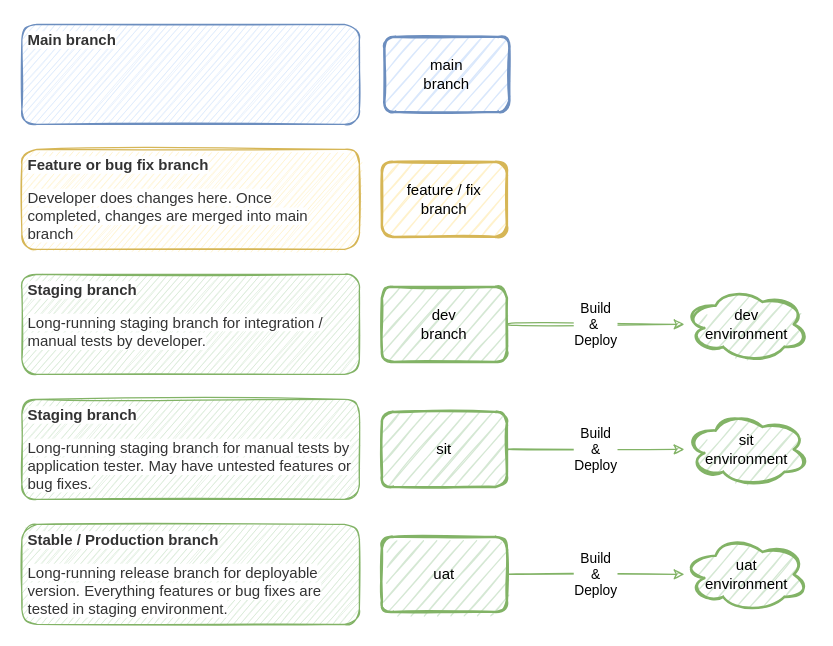
The draw.io diagram page "01-Branches" (1 of 7) of gitlab-flow.drawio in andylke/docs-gitlab-flow, before the edit. Source tidied: cells renumbered, new cells numbered last; positions are measured from the earlier drawing's top-left corner, leaving out a move shared by most shapes. Both pictures are drawn from the tidied source at 125%, with x=0, y=0 at pixel (21, 24).
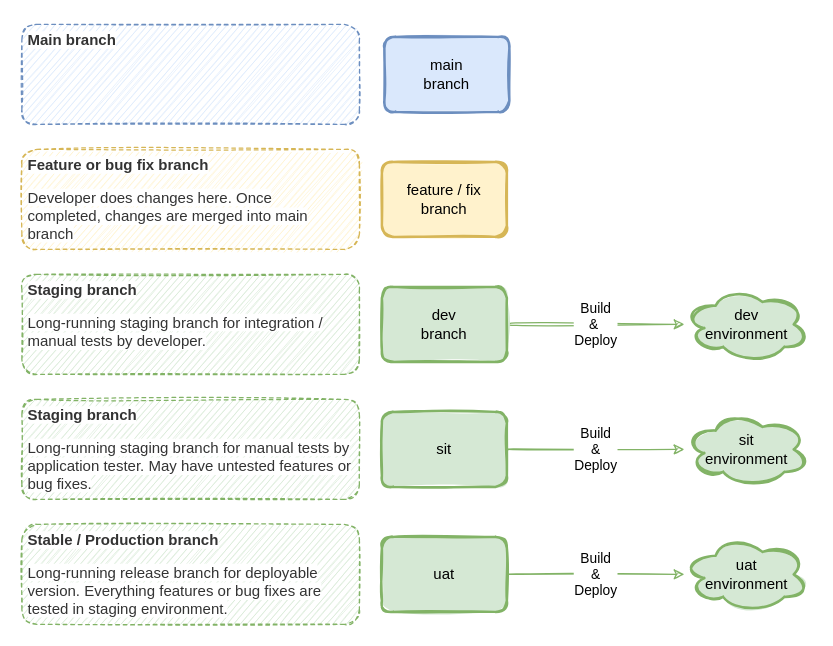
Above is the later version.

Diff of the diagram source:
```diff
@@
 <mxGraphModel>
   <root>
     <mxCell id="0" />
     <mxCell id="1" parent="0" />
     <mxCell id="2" value="Build&lt;br&gt;&amp;amp;&amp;nbsp;&lt;br&gt;Deploy" style="edgeStyle=orthogonalEdgeStyle;sketch=1;jettySize=auto;html=1;strokeWidth=1;curved=1;fillColor=#d5e8d4;strokeColor=#82b366;" parent="1" edge="1" source="3" target="12">
       <mxGeometry relative="1" as="geometry" />
     </mxCell>
-    <mxCell id="3" value="dev&lt;br&gt;branch" style="rounded=1;whiteSpace=wrap;html=1;sketch=1;fillColor=#d5e8d4;strokeColor=#82b366;strokeWidth=2;" parent="1" vertex="1">
+    <mxCell id="3" value="dev&lt;br&gt;branch" style="rounded=1;whiteSpace=wrap;html=1;sketch=1;fillColor=#d5e8d4;strokeColor=#82b366;strokeWidth=2;fillStyle=solid;" parent="1" vertex="1">
       <mxGeometry x="288" y="210" width="100" height="60" as="geometry" />
     </mxCell>
-    <mxCell id="4" value="feature / fix&lt;br&gt;branch" style="rounded=1;whiteSpace=wrap;html=1;sketch=1;strokeWidth=2;fillColor=#fff2cc;strokeColor=#d6b656;" parent="1" vertex="1">
+    <mxCell id="4" value="feature / fix&lt;br&gt;branch" style="rounded=1;whiteSpace=wrap;html=1;sketch=1;strokeWidth=2;fillColor=#fff2cc;strokeColor=#d6b656;fillStyle=solid;" parent="1" vertex="1">
       <mxGeometry x="288" y="110" width="100" height="60" as="geometry" />
     </mxCell>
-    <mxCell id="5" value="main&lt;br&gt;branch" style="rounded=1;whiteSpace=wrap;html=1;sketch=1;strokeWidth=2;fillColor=#dae8fc;strokeColor=#6c8ebf;" parent="1" vertex="1">
+    <mxCell id="5" value="main&lt;br&gt;branch" style="rounded=1;whiteSpace=wrap;html=1;sketch=1;strokeWidth=2;fillColor=#dae8fc;strokeColor=#6c8ebf;fillStyle=solid;" parent="1" vertex="1">
       <mxGeometry x="290" y="10" width="100" height="60" as="geometry" />
     </mxCell>
     <mxCell id="6" value="Build&lt;br&gt;&amp;amp; &lt;br&gt;Deploy" style="edgeStyle=orthogonalEdgeStyle;sketch=1;jettySize=auto;html=1;strokeWidth=1;curved=1;fillColor=#d5e8d4;strokeColor=#82b366;" parent="1" edge="1" source="7" target="11">
       <mxGeometry relative="1" as="geometry" />
     </mxCell>
-    <mxCell id="7" value="sit" style="rounded=1;whiteSpace=wrap;html=1;sketch=1;fillColor=#d5e8d4;strokeColor=#82b366;strokeWidth=2;" parent="1" vertex="1">
+    <mxCell id="7" value="sit" style="rounded=1;whiteSpace=wrap;html=1;sketch=1;fillColor=#d5e8d4;strokeColor=#82b366;strokeWidth=2;fillStyle=solid;" parent="1" vertex="1">
       <mxGeometry x="288" y="310" width="100" height="60" as="geometry" />
     </mxCell>
     <mxCell id="8" value="Build&lt;br&gt;&amp;amp; &lt;br&gt;Deploy" style="edgeStyle=orthogonalEdgeStyle;sketch=1;jettySize=auto;html=1;strokeWidth=1;curved=1;fillColor=#d5e8d4;strokeColor=#82b366;" parent="1" edge="1" source="9" target="10">
       <mxGeometry relative="1" as="geometry" />
     </mxCell>
-    <mxCell id="9" value="uat" style="rounded=1;whiteSpace=wrap;html=1;sketch=1;fillColor=#d5e8d4;strokeColor=#82b366;strokeWidth=2;" parent="1" vertex="1">
+    <mxCell id="9" value="uat" style="rounded=1;whiteSpace=wrap;html=1;sketch=1;fillColor=#d5e8d4;strokeColor=#82b366;strokeWidth=2;fillStyle=solid;" parent="1" vertex="1">
       <mxGeometry x="288" y="410" width="100" height="60" as="geometry" />
     </mxCell>
-    <mxCell id="10" value="uat&lt;br&gt;environment" style="ellipse;shape=cloud;whiteSpace=wrap;html=1;sketch=1;fillColor=#d5e8d4;strokeColor=#82b366;strokeWidth=2;" parent="1" vertex="1">
+    <mxCell id="10" value="uat&lt;br&gt;environment" style="ellipse;shape=cloud;whiteSpace=wrap;html=1;sketch=1;fillColor=#d5e8d4;strokeColor=#82b366;strokeWidth=2;fillStyle=solid;" parent="1" vertex="1">
       <mxGeometry x="530" y="410" width="100" height="60" as="geometry" />
     </mxCell>
-    <mxCell id="11" value="sit&lt;br&gt;environment" style="ellipse;shape=cloud;whiteSpace=wrap;html=1;sketch=1;fillColor=#d5e8d4;strokeColor=#82b366;strokeWidth=2;" parent="1" vertex="1">
+    <mxCell id="11" value="sit&lt;br&gt;environment" style="ellipse;shape=cloud;whiteSpace=wrap;html=1;sketch=1;fillColor=#d5e8d4;strokeColor=#82b366;strokeWidth=2;fillStyle=solid;" parent="1" vertex="1">
       <mxGeometry x="530" y="310" width="100" height="60" as="geometry" />
     </mxCell>
-    <mxCell id="12" value="dev&lt;br&gt;environment" style="ellipse;shape=cloud;whiteSpace=wrap;html=1;sketch=1;fillColor=#d5e8d4;strokeColor=#82b366;strokeWidth=2;" parent="1" vertex="1">
+    <mxCell id="12" value="dev&lt;br&gt;environment" style="ellipse;shape=cloud;whiteSpace=wrap;html=1;sketch=1;fillColor=#d5e8d4;strokeColor=#82b366;strokeWidth=2;fillStyle=solid;" parent="1" vertex="1">
       <mxGeometry x="530" y="210" width="100" height="60" as="geometry" />
     </mxCell>
-    <mxCell id="13" value="&lt;h1 style=&quot;font-size: 12px&quot;&gt;&lt;span style=&quot;color: rgb(51 , 51 , 51) ; font-family: &amp;#34;source sans pro&amp;#34; , sans-serif ; background-color: rgb(255 , 255 , 255)&quot;&gt;Feature or bug fix branch&lt;/span&gt;&lt;br&gt;&lt;/h1&gt;&lt;p style=&quot;font-size: 12px&quot;&gt;&lt;span style=&quot;color: rgb(51 , 51 , 51) ; font-family: &amp;#34;source sans pro&amp;#34; , sans-serif ; background-color: rgb(255 , 255 , 255)&quot;&gt;&lt;font style=&quot;font-size: 12px&quot;&gt;Developer does changes here.&amp;nbsp;&lt;/font&gt;&lt;/span&gt;&lt;span style=&quot;color: rgb(51 , 51 , 51) ; font-family: &amp;#34;source sans pro&amp;#34; , sans-serif ; background-color: rgb(255 , 255 , 255)&quot;&gt;Once completed,&amp;nbsp;&lt;/span&gt;&lt;span style=&quot;background-color: rgb(255 , 255 , 255) ; color: rgb(51 , 51 , 51) ; font-family: &amp;#34;source sans pro&amp;#34; , sans-serif&quot;&gt;changes are merged into main branch&lt;/span&gt;&lt;/p&gt;" style="text;html=1;strokeColor=#d6b656;fillColor=#fff2cc;spacing=5;spacingTop=-12;whiteSpace=wrap;overflow=hidden;rounded=1;sketch=1;fontSize=14;perimeterSpacing=0;" parent="1" vertex="1">
+    <mxCell id="13" value="&lt;h1 style=&quot;font-size: 12px&quot;&gt;&lt;span style=&quot;color: rgb(51 , 51 , 51) ; font-family: &amp;#34;source sans pro&amp;#34; , sans-serif ; background-color: rgb(255 , 255 , 255)&quot;&gt;Feature or bug fix branch&lt;/span&gt;&lt;br&gt;&lt;/h1&gt;&lt;p style=&quot;font-size: 12px&quot;&gt;&lt;span style=&quot;color: rgb(51 , 51 , 51) ; font-family: &amp;#34;source sans pro&amp;#34; , sans-serif ; background-color: rgb(255 , 255 , 255)&quot;&gt;&lt;font style=&quot;font-size: 12px&quot;&gt;Developer does changes here.&amp;nbsp;&lt;/font&gt;&lt;/span&gt;&lt;span style=&quot;color: rgb(51 , 51 , 51) ; font-family: &amp;#34;source sans pro&amp;#34; , sans-serif ; background-color: rgb(255 , 255 , 255)&quot;&gt;Once completed,&amp;nbsp;&lt;/span&gt;&lt;span style=&quot;background-color: rgb(255 , 255 , 255) ; color: rgb(51 , 51 , 51) ; font-family: &amp;#34;source sans pro&amp;#34; , sans-serif&quot;&gt;changes are merged into main branch&lt;/span&gt;&lt;/p&gt;" style="text;html=1;strokeColor=#d6b656;fillColor=#fff2cc;spacing=5;spacingTop=-12;whiteSpace=wrap;overflow=hidden;rounded=1;sketch=1;fontSize=14;perimeterSpacing=0;dashed=1;" parent="1" vertex="1">
       <mxGeometry y="100" width="270" height="80" as="geometry" />
     </mxCell>
-    <mxCell id="14" value="&lt;h1 style=&quot;font-size: 12px&quot;&gt;&lt;span style=&quot;color: rgb(51 , 51 , 51) ; font-family: &amp;#34;source sans pro&amp;#34; , sans-serif ; background-color: rgb(255 , 255 , 255)&quot;&gt;Stable / Production branch&lt;/span&gt;&lt;br&gt;&lt;/h1&gt;&lt;p style=&quot;font-size: 12px&quot;&gt;&lt;font color=&quot;#333333&quot; face=&quot;source sans pro, sans-serif&quot;&gt;&lt;span style=&quot;background-color: rgb(255 , 255 , 255)&quot;&gt;Long-running release branch for deployable version. Everything features or bug fixes are tested in staging environment.&lt;/span&gt;&lt;/font&gt;&lt;/p&gt;" style="text;html=1;strokeColor=#82b366;fillColor=#d5e8d4;spacing=5;spacingTop=-12;whiteSpace=wrap;overflow=hidden;rounded=1;sketch=1;fontSize=14;perimeterSpacing=0;" parent="1" vertex="1">
+    <mxCell id="14" value="&lt;h1 style=&quot;font-size: 12px&quot;&gt;&lt;span style=&quot;color: rgb(51 , 51 , 51) ; font-family: &amp;#34;source sans pro&amp;#34; , sans-serif ; background-color: rgb(255 , 255 , 255)&quot;&gt;Stable / Production branch&lt;/span&gt;&lt;br&gt;&lt;/h1&gt;&lt;p style=&quot;font-size: 12px&quot;&gt;&lt;font color=&quot;#333333&quot; face=&quot;source sans pro, sans-serif&quot;&gt;&lt;span style=&quot;background-color: rgb(255 , 255 , 255)&quot;&gt;Long-running release branch for deployable version. Everything features or bug fixes are tested in staging environment.&lt;/span&gt;&lt;/font&gt;&lt;/p&gt;" style="text;html=1;strokeColor=#82b366;fillColor=#d5e8d4;spacing=5;spacingTop=-12;whiteSpace=wrap;overflow=hidden;rounded=1;sketch=1;fontSize=14;perimeterSpacing=0;dashed=1;" parent="1" vertex="1">
       <mxGeometry y="400" width="270" height="80" as="geometry" />
     </mxCell>
-    <mxCell id="15" value="&lt;h1 style=&quot;font-size: 12px&quot;&gt;&lt;span style=&quot;color: rgb(51 , 51 , 51) ; font-family: &amp;#34;source sans pro&amp;#34; , sans-serif ; background-color: rgb(255 , 255 , 255)&quot;&gt;Staging branch&lt;/span&gt;&lt;br&gt;&lt;/h1&gt;&lt;p style=&quot;font-size: 12px&quot;&gt;&lt;font color=&quot;#333333&quot; face=&quot;source sans pro, sans-serif&quot;&gt;&lt;span style=&quot;background-color: rgb(255 , 255 , 255)&quot;&gt;Long-running staging branch for manual tests by application tester. May have untested features or bug fixes.&lt;/span&gt;&lt;/font&gt;&lt;/p&gt;" style="text;html=1;strokeColor=#82b366;fillColor=#d5e8d4;spacing=5;spacingTop=-12;whiteSpace=wrap;overflow=hidden;rounded=1;sketch=1;fontSize=14;perimeterSpacing=0;" parent="1" vertex="1">
+    <mxCell id="15" value="&lt;h1 style=&quot;font-size: 12px&quot;&gt;&lt;span style=&quot;color: rgb(51 , 51 , 51) ; font-family: &amp;#34;source sans pro&amp;#34; , sans-serif ; background-color: rgb(255 , 255 , 255)&quot;&gt;Staging branch&lt;/span&gt;&lt;br&gt;&lt;/h1&gt;&lt;p style=&quot;font-size: 12px&quot;&gt;&lt;font color=&quot;#333333&quot; face=&quot;source sans pro, sans-serif&quot;&gt;&lt;span style=&quot;background-color: rgb(255 , 255 , 255)&quot;&gt;Long-running staging branch for manual tests by application tester. May have untested features or bug fixes.&lt;/span&gt;&lt;/font&gt;&lt;/p&gt;" style="text;html=1;strokeColor=#82b366;fillColor=#d5e8d4;spacing=5;spacingTop=-12;whiteSpace=wrap;overflow=hidden;rounded=1;sketch=1;fontSize=14;perimeterSpacing=0;dashed=1;" parent="1" vertex="1">
       <mxGeometry y="300" width="270" height="80" as="geometry" />
     </mxCell>
-    <mxCell id="16" value="&lt;h1 style=&quot;font-size: 12px&quot;&gt;&lt;span style=&quot;color: rgb(51 , 51 , 51) ; font-family: &amp;#34;source sans pro&amp;#34; , sans-serif ; background-color: rgb(255 , 255 , 255)&quot;&gt;Staging branch&lt;/span&gt;&lt;br&gt;&lt;/h1&gt;&lt;p style=&quot;font-size: 12px&quot;&gt;&lt;font color=&quot;#333333&quot; face=&quot;source sans pro, sans-serif&quot;&gt;&lt;span style=&quot;background-color: rgb(255 , 255 , 255)&quot;&gt;Long-running staging branch for integration / manual tests by developer.&lt;/span&gt;&lt;/font&gt;&lt;/p&gt;" style="text;html=1;strokeColor=#82b366;fillColor=#d5e8d4;spacing=5;spacingTop=-12;whiteSpace=wrap;overflow=hidden;rounded=1;sketch=1;fontSize=14;perimeterSpacing=0;" parent="1" vertex="1">
+    <mxCell id="16" value="&lt;h1 style=&quot;font-size: 12px&quot;&gt;&lt;span style=&quot;color: rgb(51 , 51 , 51) ; font-family: &amp;#34;source sans pro&amp;#34; , sans-serif ; background-color: rgb(255 , 255 , 255)&quot;&gt;Staging branch&lt;/span&gt;&lt;br&gt;&lt;/h1&gt;&lt;p style=&quot;font-size: 12px&quot;&gt;&lt;font color=&quot;#333333&quot; face=&quot;source sans pro, sans-serif&quot;&gt;&lt;span style=&quot;background-color: rgb(255 , 255 , 255)&quot;&gt;Long-running staging branch for integration / manual tests by developer.&lt;/span&gt;&lt;/font&gt;&lt;/p&gt;" style="text;html=1;strokeColor=#82b366;fillColor=#d5e8d4;spacing=5;spacingTop=-12;whiteSpace=wrap;overflow=hidden;rounded=1;sketch=1;fontSize=14;perimeterSpacing=0;dashed=1;" parent="1" vertex="1">
       <mxGeometry y="200" width="270" height="80" as="geometry" />
     </mxCell>
-    <mxCell id="17" value="&lt;h1 style=&quot;font-size: 12px&quot;&gt;&lt;span style=&quot;color: rgb(51 , 51 , 51) ; font-family: &amp;#34;source sans pro&amp;#34; , sans-serif ; background-color: rgb(255 , 255 , 255)&quot;&gt;Main branch&lt;/span&gt;&lt;br&gt;&lt;/h1&gt;&lt;p style=&quot;font-size: 12px&quot;&gt;&lt;br&gt;&lt;/p&gt;" style="text;html=1;strokeColor=#6c8ebf;fillColor=#dae8fc;spacing=5;spacingTop=-12;whiteSpace=wrap;overflow=hidden;rounded=1;sketch=1;fontSize=14;perimeterSpacing=0;" parent="1" vertex="1">
+    <mxCell id="17" value="&lt;h1 style=&quot;font-size: 12px&quot;&gt;&lt;span style=&quot;color: rgb(51 , 51 , 51) ; font-family: &amp;#34;source sans pro&amp;#34; , sans-serif ; background-color: rgb(255 , 255 , 255)&quot;&gt;Main branch&lt;/span&gt;&lt;br&gt;&lt;/h1&gt;&lt;p style=&quot;font-size: 12px&quot;&gt;&lt;br&gt;&lt;/p&gt;" style="text;html=1;strokeColor=#6c8ebf;fillColor=#dae8fc;spacing=5;spacingTop=-12;whiteSpace=wrap;overflow=hidden;rounded=1;sketch=1;fontSize=14;perimeterSpacing=0;dashed=1;" parent="1" vertex="1">
       <mxGeometry width="270" height="80" as="geometry" />
     </mxCell>
   </root>
 </mxGraphModel>
```
